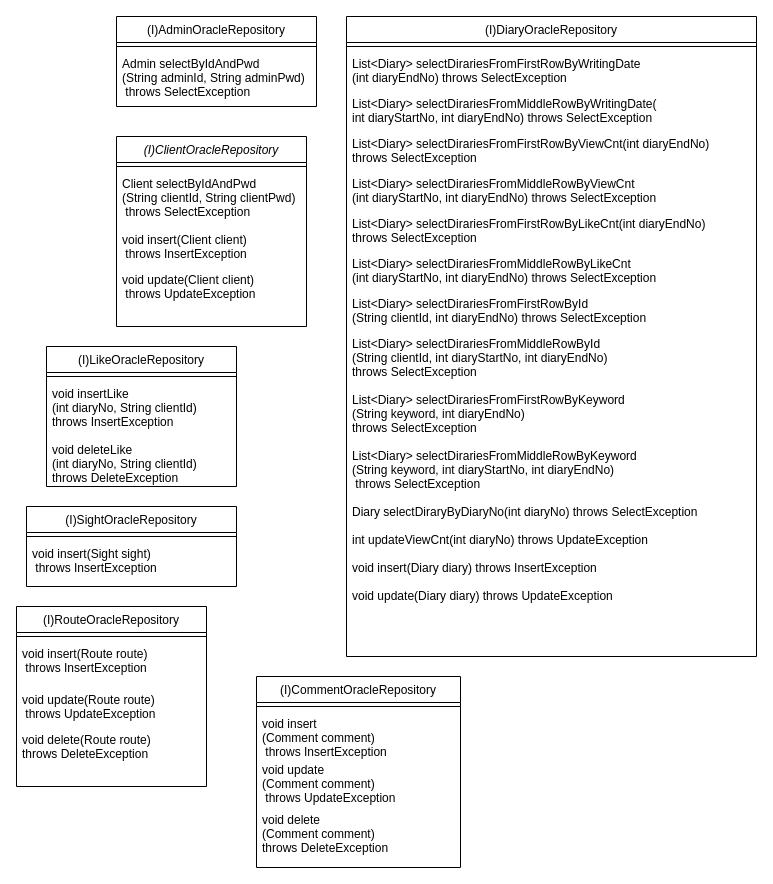
Above: document/repository_class_diagram.drawio in RouteDiary/route-diary (draw.io), before the change. Source tidied: cells renumbered, new cells numbered last; positions are measured from the earlier drawing's top-left corner, leaving out a move shared by most shapes. Both pictures are drawn from the tidied source at 100%, with x=0, y=0 at pixel (16, 16).
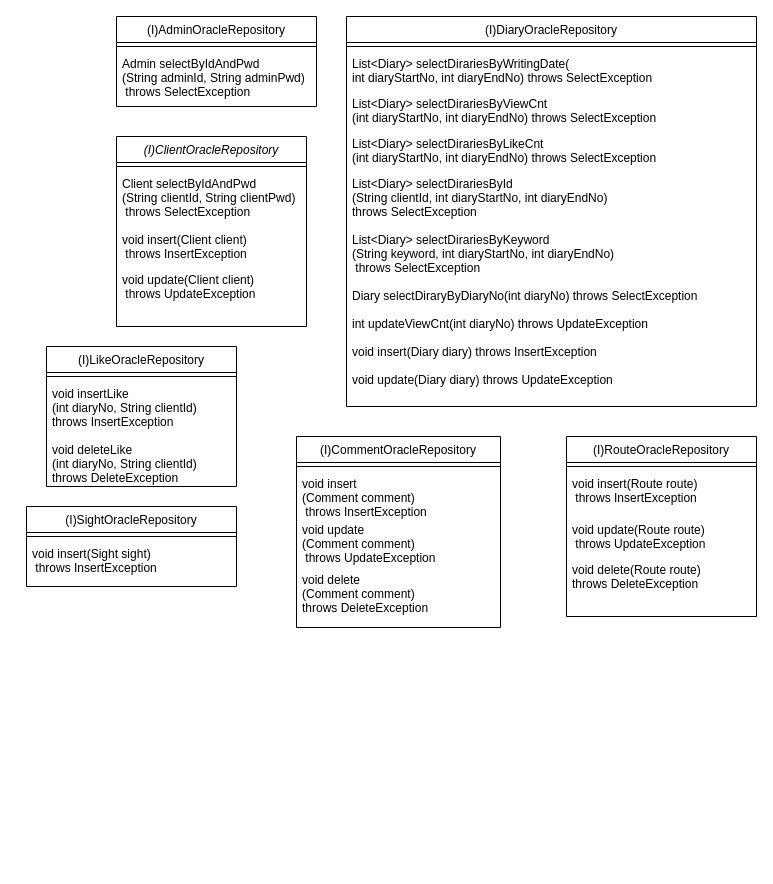
The same page after the edit.

Diff of the diagram source:
```diff
@@
     <mxCell id="7" value="(I)DiaryOracleRepository" style="swimlane;fontStyle=0;align=center;verticalAlign=top;horizontal=1;startSize=26;rounded=0;shadow=0;strokeWidth=1;" parent="1" vertex="1">
-      <mxGeometry x="330" width="410" height="640" as="geometry" />
+      <mxGeometry x="330" width="410" height="390" as="geometry" />
     </mxCell>
@@
-    <mxCell id="9" value="List&lt;Diary&gt; selectDirariesFromFirstRowByWritingDate&#10;(int diaryEndNo) throws SelectException" style="text;align=left;verticalAlign=top;spacingLeft=4;spacingRight=4;overflow=hidden;" parent="7" vertex="1">
-      <mxGeometry y="34" width="410" height="40" as="geometry" />
-    </mxCell>
-    <mxCell id="10" value="List&lt;Diary&gt; selectDirariesFromMiddleRowByWritingDate(&#10;int diaryStartNo, int diaryEndNo) throws SelectException" style="text;align=left;verticalAlign=top;spacingLeft=4;spacingRight=4;overflow=hidden;" parent="7" vertex="1">
-      <mxGeometry y="74" width="410" height="40" as="geometry" />
+    <mxCell id="10" value="List&lt;Diary&gt; selectDirariesByWritingDate(&#10;int diaryStartNo, int diaryEndNo) throws SelectException" style="text;align=left;verticalAlign=top;spacingLeft=4;spacingRight=4;overflow=hidden;" parent="7" vertex="1">
+      <mxGeometry y="34" width="410" height="40" as="geometry" />
     </mxCell>
-    <mxCell id="11" value="List&lt;Diary&gt; selectDirariesFromFirstRowByViewCnt(int diaryEndNo) &#10;throws SelectException" style="text;align=left;verticalAlign=top;spacingLeft=4;spacingRight=4;overflow=hidden;" parent="7" vertex="1">
-      <mxGeometry y="114" width="410" height="40" as="geometry" />
-    </mxCell>
-    <mxCell id="12" value="List&lt;Diary&gt; selectDirariesFromMiddleRowByViewCnt&#10;(int diaryStartNo, int diaryEndNo) throws SelectException" style="text;align=left;verticalAlign=top;spacingLeft=4;spacingRight=4;overflow=hidden;" parent="7" vertex="1">
-      <mxGeometry y="154" width="410" height="40" as="geometry" />
+    <mxCell id="12" value="List&lt;Diary&gt; selectDirariesByViewCnt&#10;(int diaryStartNo, int diaryEndNo) throws SelectException" style="text;align=left;verticalAlign=top;spacingLeft=4;spacingRight=4;overflow=hidden;" parent="7" vertex="1">
+      <mxGeometry y="74" width="410" height="40" as="geometry" />
     </mxCell>
-    <mxCell id="13" value="List&lt;Diary&gt; selectDirariesFromFirstRowByLikeCnt(int diaryEndNo) &#10;throws SelectException" style="text;align=left;verticalAlign=top;spacingLeft=4;spacingRight=4;overflow=hidden;" parent="7" vertex="1">
-      <mxGeometry y="194" width="410" height="40" as="geometry" />
-    </mxCell>
-    <mxCell id="14" value="List&lt;Diary&gt; selectDirariesFromMiddleRowByLikeCnt&#10;(int diaryStartNo, int diaryEndNo) throws SelectException" style="text;align=left;verticalAlign=top;spacingLeft=4;spacingRight=4;overflow=hidden;" parent="7" vertex="1">
-      <mxGeometry y="234" width="410" height="40" as="geometry" />
+    <mxCell id="14" value="List&lt;Diary&gt; selectDirariesByLikeCnt&#10;(int diaryStartNo, int diaryEndNo) throws SelectException" style="text;align=left;verticalAlign=top;spacingLeft=4;spacingRight=4;overflow=hidden;" parent="7" vertex="1">
+      <mxGeometry y="114" width="410" height="40" as="geometry" />
     </mxCell>
-    <mxCell id="15" value="List&lt;Diary&gt; selectDirariesFromFirstRowById&#10;(String clientId, int diaryEndNo) throws SelectException" style="text;align=left;verticalAlign=top;spacingLeft=4;spacingRight=4;overflow=hidden;" parent="7" vertex="1">
-      <mxGeometry y="274" width="410" height="40" as="geometry" />
-    </mxCell>
-    <mxCell id="16" value="List&lt;Diary&gt; selectDirariesFromMiddleRowById&#10;(String clientId, int diaryStartNo, int diaryEndNo)&#10;throws SelectException" style="text;align=left;verticalAlign=top;spacingLeft=4;spacingRight=4;overflow=hidden;" parent="7" vertex="1">
-      <mxGeometry y="314" width="410" height="56" as="geometry" />
+    <mxCell id="16" value="List&lt;Diary&gt; selectDirariesById&#10;(String clientId, int diaryStartNo, int diaryEndNo)&#10;throws SelectException" style="text;align=left;verticalAlign=top;spacingLeft=4;spacingRight=4;overflow=hidden;" parent="7" vertex="1">
+      <mxGeometry y="154" width="410" height="56" as="geometry" />
     </mxCell>
-    <mxCell id="17" value="List&lt;Diary&gt; selectDirariesFromFirstRowByKeyword&#10;(String keyword, int diaryEndNo)&#10;throws SelectException" style="text;align=left;verticalAlign=top;spacingLeft=4;spacingRight=4;overflow=hidden;" parent="7" vertex="1">
-      <mxGeometry y="370" width="410" height="56" as="geometry" />
-    </mxCell>
-    <mxCell id="18" value="List&lt;Diary&gt; selectDirariesFromMiddleRowByKeyword&#10;(String keyword, int diaryStartNo, int diaryEndNo)&#10; throws SelectException" style="text;align=left;verticalAlign=top;spacingLeft=4;spacingRight=4;overflow=hidden;" parent="7" vertex="1">
-      <mxGeometry y="426" width="410" height="56" as="geometry" />
+    <mxCell id="18" value="List&lt;Diary&gt; selectDirariesByKeyword&#10;(String keyword, int diaryStartNo, int diaryEndNo)&#10; throws SelectException" style="text;align=left;verticalAlign=top;spacingLeft=4;spacingRight=4;overflow=hidden;" parent="7" vertex="1">
+      <mxGeometry y="210" width="410" height="56" as="geometry" />
     </mxCell>
     <mxCell id="19" value="Diary selectDiraryByDiaryNo(int diaryNo) throws SelectException" style="text;align=left;verticalAlign=top;spacingLeft=4;spacingRight=4;overflow=hidden;" parent="7" vertex="1">
-      <mxGeometry y="482" width="410" height="28" as="geometry" />
+      <mxGeometry y="266" width="410" height="28" as="geometry" />
     </mxCell>
     <mxCell id="20" value="int updateViewCnt(int diaryNo) throws UpdateException" style="text;align=left;verticalAlign=top;spacingLeft=4;spacingRight=4;overflow=hidden;" parent="7" vertex="1">
-      <mxGeometry y="510" width="410" height="28" as="geometry" />
+      <mxGeometry y="294" width="410" height="28" as="geometry" />
     </mxCell>
     <mxCell id="21" value="void insert(Diary diary) throws InsertException" style="text;align=left;verticalAlign=top;spacingLeft=4;spacingRight=4;overflow=hidden;" parent="7" vertex="1">
-      <mxGeometry y="538" width="410" height="28" as="geometry" />
+      <mxGeometry y="322" width="410" height="28" as="geometry" />
     </mxCell>
     <mxCell id="22" value="void update(Diary diary) throws UpdateException" style="text;align=left;verticalAlign=top;spacingLeft=4;spacingRight=4;overflow=hidden;" parent="7" vertex="1">
-      <mxGeometry y="566" width="410" height="28" as="geometry" />
+      <mxGeometry y="350" width="410" height="28" as="geometry" />
     </mxCell>
@@
     <mxCell id="26" value="(I)CommentOracleRepository" style="swimlane;fontStyle=0;align=center;verticalAlign=top;horizontal=1;startSize=26;rounded=0;shadow=0;strokeWidth=1;" parent="1" vertex="1">
-      <mxGeometry x="240" y="660" width="204" height="191" as="geometry" />
+      <mxGeometry x="280" y="420" width="204" height="191" as="geometry" />
     </mxCell>
@@
     <mxCell id="35" value="(I)RouteOracleRepository" style="swimlane;fontStyle=0;align=center;verticalAlign=top;horizontal=1;startSize=26;rounded=0;shadow=0;strokeWidth=1;" parent="1" vertex="1">
-      <mxGeometry y="590" width="190" height="180" as="geometry" />
+      <mxGeometry x="550" y="420" width="190" height="180" as="geometry" />
     </mxCell>
```
